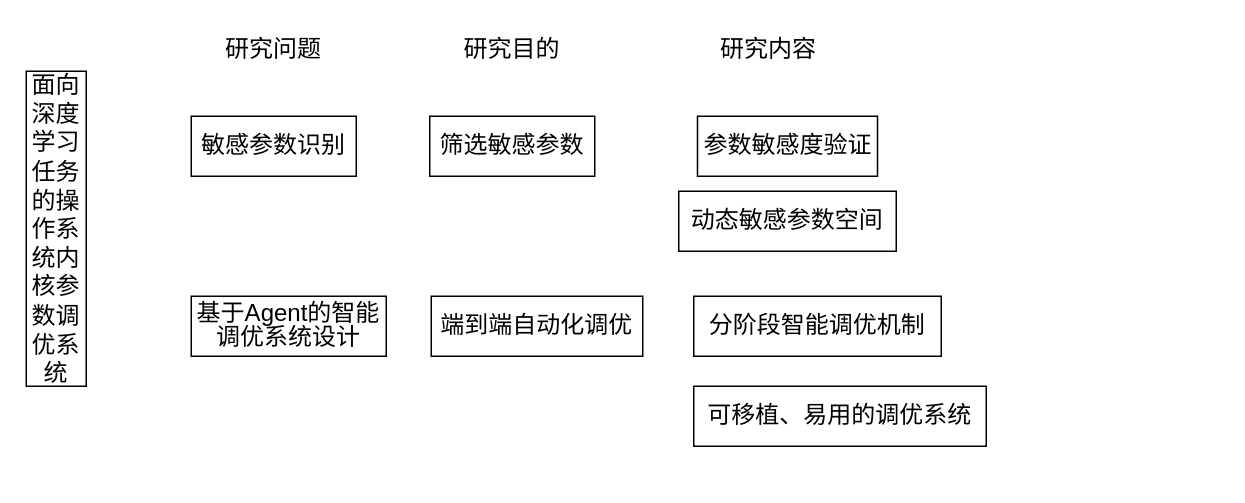
Earlier version of the draw.io diagram 硕士论文1.drawio (DonCoyi/_pictures). Source tidied: cells renumbered, new cells numbered last; positions are measured from the earlier drawing's top-left corner, leaving out a move shared by most shapes. Both pictures are drawn from the tidied source at 150%, with x=0, y=0 at pixel (26, 26).
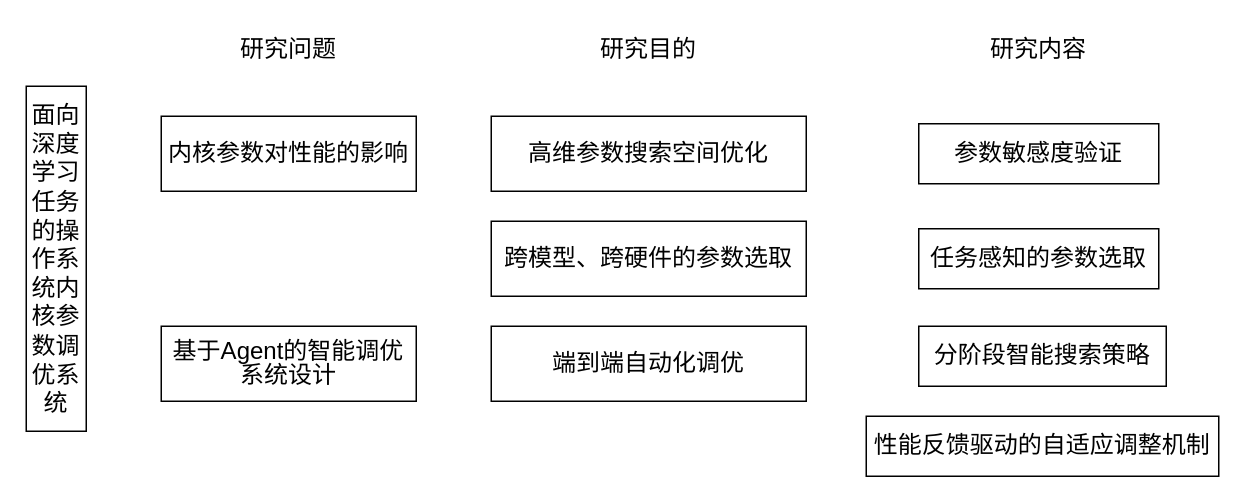
The same diagram, later.

Commit message:
更新硕士论文1.drawio

Change to the diagram source:
```diff
@@
 <mxGraphModel>
   <root>
     <mxCell id="0" />
     <mxCell id="1" parent="0" />
     <mxCell id="2" value="&lt;p class=&quot;MsoNormal&quot; align=&quot;center&quot; style=&quot;text-indent: 0cm; line-height: 120%;&quot;&gt;&lt;font style=&quot;font-size: 16px;&quot;&gt;&lt;a name=&quot;_Toc162113345&quot;&gt;&lt;/a&gt;&lt;a name=&quot;_Toc162125558&quot;&gt;&lt;/a&gt;&lt;a name=&quot;_Toc162125782&quot;&gt;&lt;/a&gt;&lt;a name=&quot;_Toc162200578&quot;&gt;&lt;/a&gt;&lt;a name=&quot;_Toc162626720&quot;&gt;&lt;/a&gt;&lt;a name=&quot;_Toc162702312&quot;&gt;&lt;/a&gt;&lt;a name=&quot;_Toc162807064&quot;&gt;&lt;span style=&quot;line-height: 120%; font-family: 宋体;&quot;&gt;面向深度学习任务的操作系统内核参数调优系统&lt;/span&gt;&lt;/a&gt;&lt;/font&gt;&lt;b&gt;&lt;span lang=&quot;EN-US&quot; style=&quot;font-size:&amp;lt;br/&amp;gt;26.0pt;mso-bidi-font-size:12.0pt;line-height:120%&quot;&gt;&lt;/span&gt;&lt;/b&gt;&lt;/p&gt;" style="rounded=0;whiteSpace=wrap;html=1;" parent="1" vertex="1">
-      <mxGeometry y="30" width="40" height="210" as="geometry" />
+      <mxGeometry y="40" width="40" height="230" as="geometry" />
     </mxCell>
-    <mxCell id="3" value="&lt;p class=&quot;MsoNormal&quot; align=&quot;center&quot; style=&quot;text-indent: 0cm; line-height: 120%;&quot;&gt;&lt;font face=&quot;宋体&quot;&gt;&lt;span style=&quot;font-size: 16px;&quot;&gt;敏感参数识别&lt;/span&gt;&lt;/font&gt;&lt;/p&gt;" style="rounded=0;whiteSpace=wrap;html=1;" parent="1" vertex="1">
-      <mxGeometry x="110" y="60" width="110" height="40" as="geometry" />
+    <mxCell id="3" value="&lt;p class=&quot;MsoNormal&quot; align=&quot;center&quot; style=&quot;text-indent: 0cm; line-height: 120%;&quot;&gt;&lt;font face=&quot;宋体&quot;&gt;&lt;span style=&quot;font-size: 16px;&quot;&gt;内核参数对性能的影响&lt;/span&gt;&lt;/font&gt;&lt;/p&gt;" style="rounded=0;whiteSpace=wrap;html=1;" parent="1" vertex="1">
+      <mxGeometry x="90" y="60" width="170" height="50" as="geometry" />
     </mxCell>
     <mxCell id="4" value="&lt;p class=&quot;MsoNormal&quot; align=&quot;center&quot; style=&quot;text-indent: 0cm; line-height: 120%;&quot;&gt;&lt;font face=&quot;宋体&quot;&gt;&lt;span style=&quot;font-size: 16px;&quot;&gt;基于Agent的智能调优系统设计&lt;/span&gt;&lt;/font&gt;&lt;/p&gt;" style="rounded=0;whiteSpace=wrap;html=1;" parent="1" vertex="1">
-      <mxGeometry x="110" y="180" width="130" height="40" as="geometry" />
+      <mxGeometry x="90" y="200" width="170" height="50" as="geometry" />
     </mxCell>
     <mxCell id="5" value="&lt;font style=&quot;font-size: 16px;&quot;&gt;研究问题&lt;/font&gt;" style="text;html=1;whiteSpace=wrap;strokeColor=none;fillColor=none;align=center;verticalAlign=middle;rounded=0;" parent="1" vertex="1">
-      <mxGeometry x="130" width="70" height="30" as="geometry" />
+      <mxGeometry x="140" width="70" height="30" as="geometry" />
     </mxCell>
     <mxCell id="6" value="&lt;span style=&quot;font-size: 16px;&quot;&gt;研究目的&lt;/span&gt;" style="text;html=1;whiteSpace=wrap;strokeColor=none;fillColor=none;align=center;verticalAlign=middle;rounded=0;" parent="1" vertex="1">
-      <mxGeometry x="289" width="70" height="30" as="geometry" />
+      <mxGeometry x="380" width="70" height="30" as="geometry" />
     </mxCell>
     <mxCell id="7" value="&lt;span style=&quot;font-size: 16px;&quot;&gt;研究内容&lt;/span&gt;" style="text;html=1;whiteSpace=wrap;strokeColor=none;fillColor=none;align=center;verticalAlign=middle;rounded=0;" parent="1" vertex="1">
-      <mxGeometry x="460" width="70" height="30" as="geometry" />
+      <mxGeometry x="640" width="70" height="30" as="geometry" />
     </mxCell>
-    <mxCell id="8" value="&lt;p class=&quot;MsoNormal&quot; align=&quot;center&quot; style=&quot;text-indent: 0cm; line-height: 120%;&quot;&gt;&lt;font face=&quot;宋体&quot;&gt;&lt;span style=&quot;font-size: 16px;&quot;&gt;筛选敏感参数&lt;/span&gt;&lt;/font&gt;&lt;/p&gt;" style="rounded=0;whiteSpace=wrap;html=1;" parent="1" vertex="1">
-      <mxGeometry x="269" y="60" width="110" height="40" as="geometry" />
+    <mxCell id="8" value="&lt;p class=&quot;MsoNormal&quot; align=&quot;center&quot; style=&quot;text-indent: 0cm; line-height: 120%;&quot;&gt;&lt;font face=&quot;宋体&quot;&gt;&lt;span style=&quot;font-size: 16px;&quot;&gt;高维参数搜索空间优化&lt;/span&gt;&lt;/font&gt;&lt;/p&gt;" style="rounded=0;whiteSpace=wrap;html=1;" parent="1" vertex="1">
+      <mxGeometry x="310" y="60" width="210" height="50" as="geometry" />
     </mxCell>
     <mxCell id="9" value="&lt;p class=&quot;MsoNormal&quot; align=&quot;center&quot; style=&quot;text-indent: 0cm; line-height: 120%;&quot;&gt;&lt;font face=&quot;宋体&quot;&gt;&lt;span style=&quot;font-size: 16px;&quot;&gt;参数敏感度验证&lt;/span&gt;&lt;/font&gt;&lt;/p&gt;" style="rounded=0;whiteSpace=wrap;html=1;" parent="1" vertex="1">
-      <mxGeometry x="447.5" y="60" width="120" height="40" as="geometry" />
+      <mxGeometry x="595" y="65" width="160" height="40" as="geometry" />
     </mxCell>
     <mxCell id="10" value="&lt;p class=&quot;MsoNormal&quot; align=&quot;center&quot; style=&quot;text-indent: 0cm; line-height: 120%;&quot;&gt;&lt;font face=&quot;宋体&quot;&gt;&lt;span style=&quot;font-size: 16px;&quot;&gt;端到端自动化调优&lt;/span&gt;&lt;/font&gt;&lt;/p&gt;" style="rounded=0;whiteSpace=wrap;html=1;" parent="1" vertex="1">
-      <mxGeometry x="270" y="180" width="141" height="40" as="geometry" />
+      <mxGeometry x="310" y="200" width="210" height="50" as="geometry" />
     </mxCell>
-    <mxCell id="11" value="&lt;p class=&quot;MsoNormal&quot; align=&quot;center&quot; style=&quot;text-indent: 0cm; line-height: 120%;&quot;&gt;&lt;font face=&quot;宋体&quot;&gt;&lt;span style=&quot;font-size: 16px;&quot;&gt;分阶段智能调优机制&lt;/span&gt;&lt;/font&gt;&lt;/p&gt;" style="rounded=0;whiteSpace=wrap;html=1;" parent="1" vertex="1">
-      <mxGeometry x="445" y="180" width="165" height="40" as="geometry" />
+    <mxCell id="11" value="&lt;p class=&quot;MsoNormal&quot; align=&quot;center&quot; style=&quot;text-indent: 0cm; line-height: 120%;&quot;&gt;&lt;font face=&quot;宋体&quot;&gt;&lt;span style=&quot;font-size: 16px;&quot;&gt;分阶段智能搜索策略&lt;/span&gt;&lt;/font&gt;&lt;/p&gt;" style="rounded=0;whiteSpace=wrap;html=1;" parent="1" vertex="1">
+      <mxGeometry x="595" y="200" width="165" height="40" as="geometry" />
     </mxCell>
-    <mxCell id="12" value="&lt;p class=&quot;MsoNormal&quot; align=&quot;center&quot; style=&quot;text-indent: 0cm; line-height: 120%;&quot;&gt;&lt;font face=&quot;宋体&quot;&gt;&lt;span style=&quot;font-size: 16px;&quot;&gt;可移植、易用的调优系统&lt;/span&gt;&lt;/font&gt;&lt;/p&gt;" style="rounded=0;whiteSpace=wrap;html=1;" parent="1" vertex="1">
-      <mxGeometry x="445" y="240" width="195" height="40" as="geometry" />
+    <mxCell id="12" value="&lt;p class=&quot;MsoNormal&quot; align=&quot;center&quot; style=&quot;text-indent: 0cm; line-height: 120%;&quot;&gt;&lt;font face=&quot;宋体&quot;&gt;&lt;span style=&quot;font-size: 16px;&quot;&gt;性能反馈驱动的自适应调整机制&lt;/span&gt;&lt;/font&gt;&lt;/p&gt;" style="rounded=0;whiteSpace=wrap;html=1;" parent="1" vertex="1">
+      <mxGeometry x="560" y="260" width="235" height="40" as="geometry" />
     </mxCell>
-    <mxCell id="13" value="&lt;p class=&quot;MsoNormal&quot; align=&quot;center&quot; style=&quot;text-indent: 0cm; line-height: 120%;&quot;&gt;&lt;font face=&quot;宋体&quot;&gt;&lt;span style=&quot;font-size: 16px;&quot;&gt;动态敏感参数空间&lt;/span&gt;&lt;/font&gt;&lt;/p&gt;" style="rounded=0;whiteSpace=wrap;html=1;" parent="1" vertex="1">
-      <mxGeometry x="435" y="110" width="145" height="40" as="geometry" />
+    <mxCell id="13" value="&lt;p class=&quot;MsoNormal&quot; align=&quot;center&quot; style=&quot;text-indent: 0cm; line-height: 120%;&quot;&gt;&lt;font face=&quot;宋体&quot;&gt;&lt;span style=&quot;font-size: 16px;&quot;&gt;任务感知的参数选取&lt;/span&gt;&lt;/font&gt;&lt;/p&gt;" style="rounded=0;whiteSpace=wrap;html=1;" parent="1" vertex="1">
+      <mxGeometry x="595" y="135" width="160" height="40" as="geometry" />
     </mxCell>
+    <mxCell id="14" value="&lt;p class=&quot;MsoNormal&quot; align=&quot;center&quot; style=&quot;text-indent: 0cm; line-height: 120%;&quot;&gt;&lt;font face=&quot;宋体&quot;&gt;&lt;span style=&quot;font-size: 16px;&quot;&gt;跨模型、跨硬件的参数选取&lt;/span&gt;&lt;/font&gt;&lt;/p&gt;" style="rounded=0;whiteSpace=wrap;html=1;" parent="1" vertex="1">
+      <mxGeometry x="310" y="130" width="210" height="50" as="geometry" />
+    </mxCell>
   </root>
 </mxGraphModel>
```
